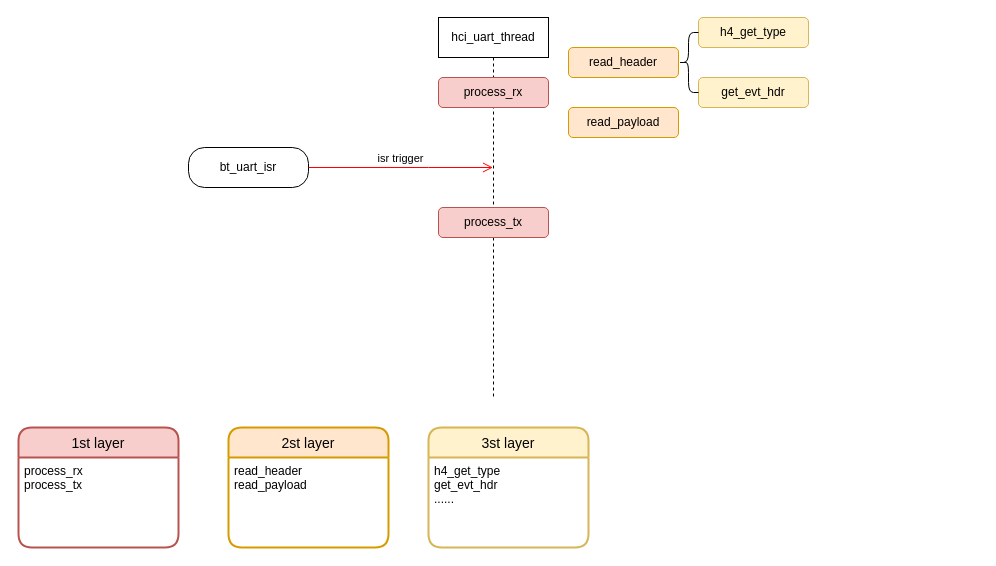
Before: myspace/未命名绘图.drawio in git4Chub/drawio_doc, a draw.io diagram. Source tidied: cells renumbered, new cells numbered last; positions are measured from the earlier drawing's top-left corner, leaving out a move shared by most shapes. Both pictures are drawn from the tidied source at 100%, with x=0, y=0 at pixel (18, 17).
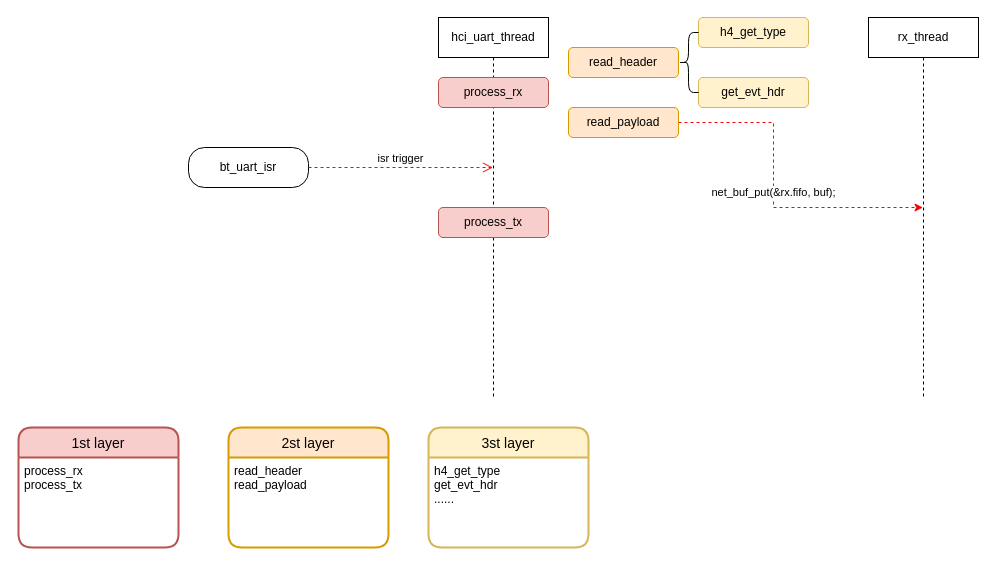
After the change.

The change refers to these unchanged cells:
```xml
<mxCell id="2" value="hci_uart_thread" style="shape=umlLifeline;perimeter=lifelinePerimeter;whiteSpace=wrap;html=1;outlineConnect=0;" parent="1" vertex="1">
  <mxGeometry x="420" width="110" height="380" as="geometry" />
</mxCell>
<mxCell id="5" value="bt_uart_isr" style="rounded=1;whiteSpace=wrap;html=1;arcSize=40;" parent="1" vertex="1">
  <mxGeometry x="170" y="130" width="120" height="40" as="geometry" />
</mxCell>
<mxCell id="14" value="&lt;span style=&quot;text-align: left;&quot;&gt;read_payload&lt;/span&gt;" style="rounded=1;whiteSpace=wrap;html=1;fillColor=#ffe6cc;strokeColor=#d79b00;" parent="1" vertex="1">
  <mxGeometry x="550" y="90" width="110" height="30" as="geometry" />
</mxCell>
```

Diff of the diagram source:
```diff
@@
-    <mxCell id="6" value="isr trigger" style="edgeStyle=orthogonalEdgeStyle;html=1;verticalAlign=bottom;endArrow=open;endSize=8;strokeColor=#ff0000;rounded=0;" parent="1" edge="1" source="5" target="2">
+    <mxCell id="6" value="isr trigger" style="edgeStyle=orthogonalEdgeStyle;html=1;verticalAlign=bottom;endArrow=open;endSize=8;strokeColor=#ff0000;rounded=0;dashed=1;" parent="1" edge="1" source="5" target="2">
       <mxGeometry relative="1" as="geometry">
         <Array as="points">
           <mxPoint x="410" y="150" />
           <mxPoint x="410" y="150" />
         </Array>
       </mxGeometry>
     </mxCell>
@@
+    <mxCell id="18" value="net_buf_put(&amp;rx.fifo, buf);" style="edgeStyle=orthogonalEdgeStyle;rounded=0;jettySize=auto;html=1;labelBorderColor=none;strokeColor=#ec0909;startArrow=none;startFill=0;endArrow=classic;endFill=1;dashed=1;" parent="1" edge="1" source="14" target="19">
+      <mxGeometry relative="1" as="geometry" />
+    </mxCell>
@@
+    <mxCell id="19" value="rx_thread" style="shape=umlLifeline;perimeter=lifelinePerimeter;whiteSpace=wrap;html=1;outlineConnect=0;" parent="1" vertex="1">
+      <mxGeometry x="850" width="110" height="380" as="geometry" />
+    </mxCell>
```
